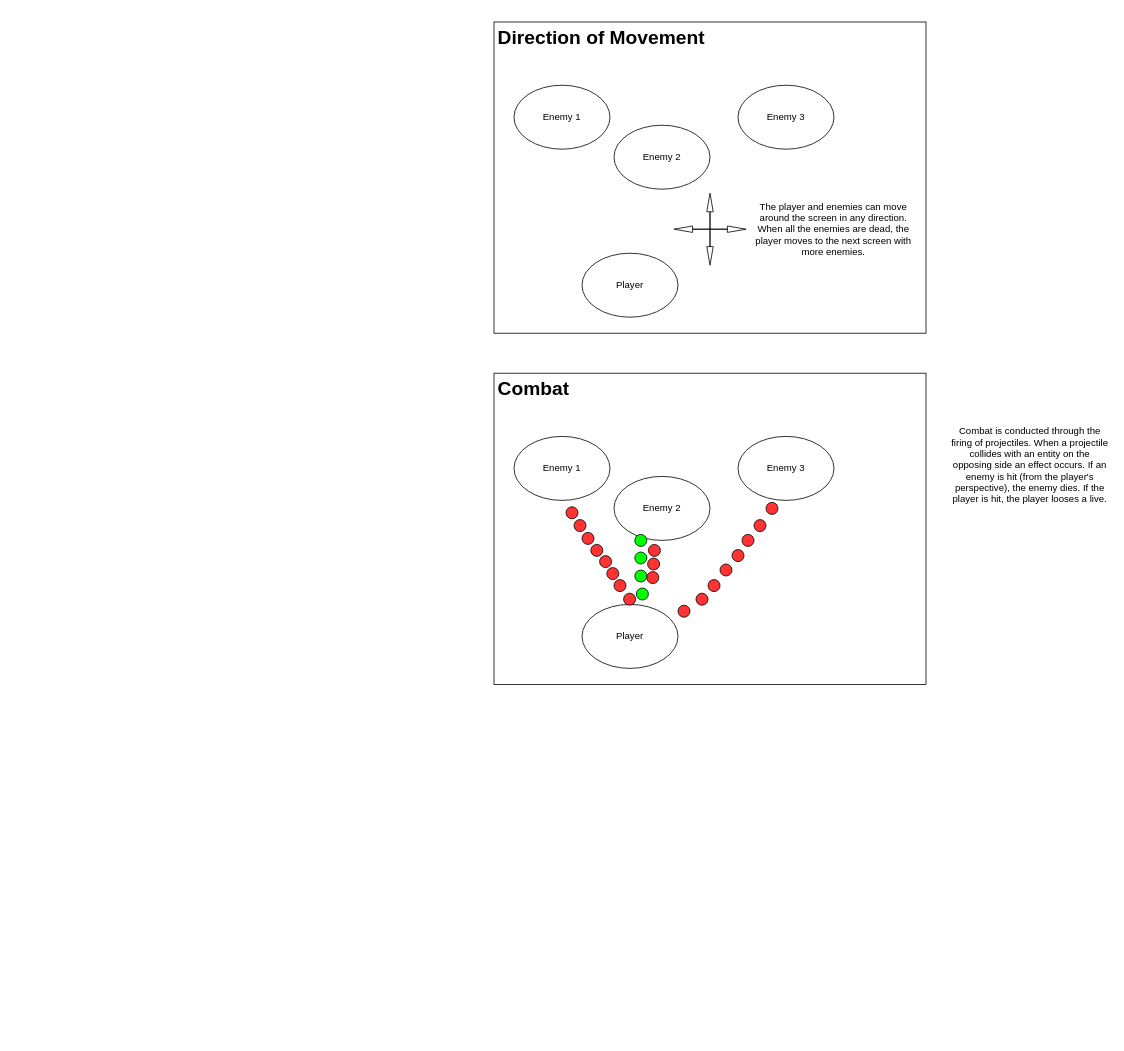
Earlier version of the draw.io diagram resources/Design.drawio (WCollier/SCC210). Source tidied: cells renumbered, new cells numbered last; positions are measured from the earlier drawing's top-left corner, leaving out a move shared by most shapes. Both pictures are drawn from the tidied source at 80%, with x=0, y=0 at pixel (494, 22).
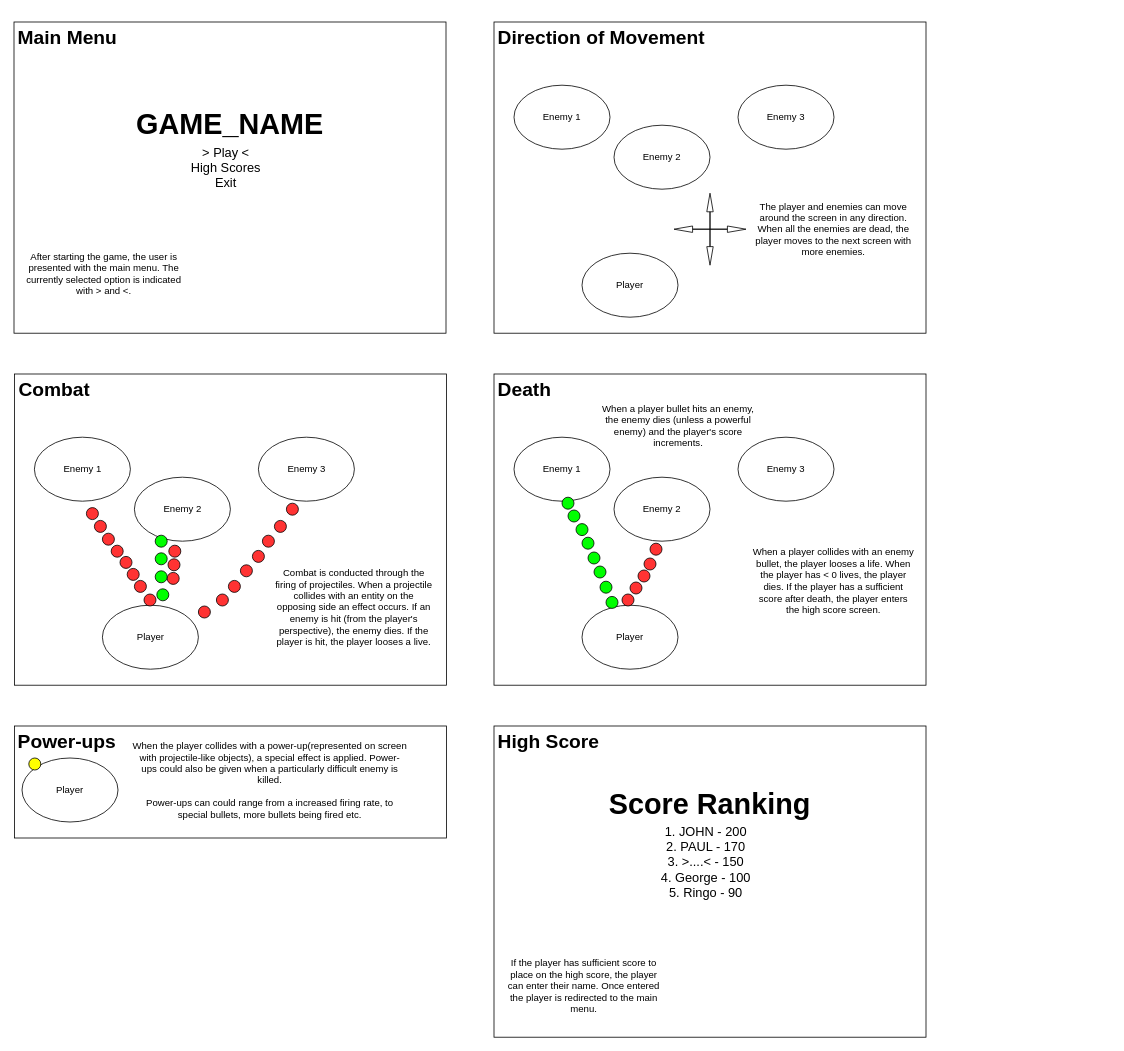
Above is the later version.

Commit message (it also covers changes not shown here):
Move old design file and add new design files

The edit, as a diff of the source:
```diff
@@
+    <mxCell id="41" style="group;" parent="1" vertex="1">
+      <mxGeometry y="440" width="540" height="389" as="geometry" />
+    </mxCell>
+    <mxCell id="42" style="rounded=0;whiteSpace=wrap;html=1;" parent="41" vertex="1">
+      <mxGeometry width="540" height="389" as="geometry" />
+    </mxCell>
+    <mxCell id="43" value="Player" style="ellipse;whiteSpace=wrap;html=1;" parent="41" vertex="1">
+      <mxGeometry x="110" y="289" width="120" height="80" as="geometry" />
+    </mxCell>
+    <mxCell id="44" value="Enemy 1" style="ellipse;whiteSpace=wrap;html=1;" parent="41" vertex="1">
+      <mxGeometry x="25" y="79" width="120" height="80" as="geometry" />
+    </mxCell>
+    <mxCell id="45" value="Enemy 2" style="ellipse;whiteSpace=wrap;html=1;" parent="41" vertex="1">
+      <mxGeometry x="150" y="129" width="120" height="80" as="geometry" />
+    </mxCell>
+    <mxCell id="46" value="Enemy 3" style="ellipse;whiteSpace=wrap;html=1;" parent="41" vertex="1">
+      <mxGeometry x="305" y="79" width="120" height="80" as="geometry" />
+    </mxCell>
+    <mxCell id="47" value="When a player collides with an enemy bullet, the player looses a life. When the player has &amp;lt; 0 lives, the player dies. If the player has a sufficient score after death, the player enters the high score screen." style="text;html=1;strokeColor=none;fillColor=none;align=center;verticalAlign=middle;whiteSpace=wrap;rounded=0;" parent="41" vertex="1">
+      <mxGeometry x="322" y="214" width="205" height="90" as="geometry" />
+    </mxCell>
+    <mxCell id="48" value="&lt;h1&gt;Death&lt;/h1&gt;" style="text;html=1;strokeColor=none;fillColor=none;spacing=5;spacingTop=-20;whiteSpace=wrap;overflow=hidden;rounded=0;" parent="41" vertex="1">
+      <mxGeometry width="290" height="40" as="geometry" />
+    </mxCell>
+    <mxCell id="49" style="ellipse;whiteSpace=wrap;html=1;fillColor=#FF3333;" parent="41" vertex="1">
+      <mxGeometry x="195" y="211.5" width="15" height="15" as="geometry" />
+    </mxCell>
+    <mxCell id="50" style="ellipse;whiteSpace=wrap;html=1;fillColor=#FF3333;" parent="41" vertex="1">
+      <mxGeometry x="187.5" y="230" width="15" height="15" as="geometry" />
+    </mxCell>
+    <mxCell id="51" style="ellipse;whiteSpace=wrap;html=1;fillColor=#FF3333;" parent="41" vertex="1">
+      <mxGeometry x="180" y="245" width="15" height="15" as="geometry" />
+    </mxCell>
+    <mxCell id="52" style="ellipse;whiteSpace=wrap;html=1;fillColor=#FF3333;" parent="41" vertex="1">
+      <mxGeometry x="170" y="260" width="15" height="15" as="geometry" />
+    </mxCell>
+    <mxCell id="53" style="ellipse;whiteSpace=wrap;html=1;fillColor=#FF3333;" parent="41" vertex="1">
+      <mxGeometry x="160" y="275" width="15" height="15" as="geometry" />
+    </mxCell>
+    <mxCell id="54" style="ellipse;whiteSpace=wrap;html=1;fillColor=#00FF00;" parent="41" vertex="1">
+      <mxGeometry x="85" y="154" width="15" height="15" as="geometry" />
+    </mxCell>
+    <mxCell id="55" style="ellipse;whiteSpace=wrap;html=1;fillColor=#00FF00;" parent="41" vertex="1">
+      <mxGeometry x="92.5" y="170" width="15" height="15" as="geometry" />
+    </mxCell>
+    <mxCell id="56" style="ellipse;whiteSpace=wrap;html=1;fillColor=#00FF00;" parent="41" vertex="1">
+      <mxGeometry x="102.5" y="187" width="15" height="15" as="geometry" />
+    </mxCell>
+    <mxCell id="57" style="ellipse;whiteSpace=wrap;html=1;fillColor=#00FF00;" parent="41" vertex="1">
+      <mxGeometry x="110" y="204" width="15" height="15" as="geometry" />
+    </mxCell>
+    <mxCell id="58" style="ellipse;whiteSpace=wrap;html=1;fillColor=#00FF00;" parent="41" vertex="1">
+      <mxGeometry x="117.5" y="222.5" width="15" height="15" as="geometry" />
+    </mxCell>
+    <mxCell id="59" style="ellipse;whiteSpace=wrap;html=1;fillColor=#00FF00;" parent="41" vertex="1">
+      <mxGeometry x="125" y="240" width="15" height="15" as="geometry" />
+    </mxCell>
+    <mxCell id="60" style="ellipse;whiteSpace=wrap;html=1;fillColor=#00FF00;" parent="41" vertex="1">
+      <mxGeometry x="132.5" y="259" width="15" height="15" as="geometry" />
+    </mxCell>
+    <mxCell id="61" style="ellipse;whiteSpace=wrap;html=1;fillColor=#00FF00;" parent="41" vertex="1">
+      <mxGeometry x="140" y="278" width="15" height="15" as="geometry" />
+    </mxCell>
+    <mxCell id="62" value="When a player bullet hits an enemy, the enemy dies (unless a powerful enemy) and the player's score increments. " style="text;html=1;strokeColor=none;fillColor=none;align=center;verticalAlign=middle;whiteSpace=wrap;rounded=0;" parent="41" vertex="1">
+      <mxGeometry x="127.5" y="19.5" width="205" height="90" as="geometry" />
+    </mxCell>
+    <mxCell id="63" style="group;" parent="1" vertex="1">
+      <mxGeometry x="-600" width="540" height="389" as="geometry" />
+    </mxCell>
+    <mxCell id="64" style="group;" parent="63" vertex="1">
+      <mxGeometry width="540" height="389" as="geometry" />
+    </mxCell>
+    <mxCell id="65" style="rounded=0;whiteSpace=wrap;html=1;" parent="64" vertex="1">
+      <mxGeometry width="540" height="389" as="geometry" />
+    </mxCell>
+    <mxCell id="66" value="&lt;h1&gt;Main Menu&lt;br&gt;&lt;/h1&gt;" style="text;html=1;strokeColor=none;fillColor=none;spacing=5;spacingTop=-20;whiteSpace=wrap;overflow=hidden;rounded=0;" parent="64" vertex="1">
+      <mxGeometry width="290" height="40" as="geometry" />
+    </mxCell>
+    <mxCell id="67" value="&lt;h1 align=&quot;center&quot;&gt;&lt;font style=&quot;font-size: 36px&quot;&gt;GAME_NAME&lt;br&gt;&lt;/font&gt;&lt;/h1&gt;" style="text;html=1;strokeColor=none;fillColor=none;spacing=5;spacingTop=-20;whiteSpace=wrap;overflow=hidden;rounded=0;align=center;" parent="64" vertex="1">
+      <mxGeometry y="100" width="540" height="60" as="geometry" />
+    </mxCell>
+    <mxCell id="68" value="&lt;br&gt;&lt;div&gt;&lt;font size=&quot;3&quot;&gt;&amp;gt; Play &amp;lt;&lt;/font&gt;&lt;/div&gt;&lt;div&gt;&lt;font size=&quot;3&quot;&gt;High Scores&lt;/font&gt;&lt;/div&gt;&lt;div&gt;&lt;font size=&quot;3&quot;&gt;Exit&lt;br&gt;&lt;/font&gt;&lt;/div&gt;" style="text;html=1;strokeColor=none;fillColor=none;align=center;verticalAlign=middle;whiteSpace=wrap;rounded=0;" parent="64" vertex="1">
+      <mxGeometry x="140" y="165" width="250" height="20" as="geometry" />
+    </mxCell>
+    <mxCell id="69" value="After starting the game, the user is presented with the main menu. The currently selected option is indicated with &amp;gt; and &amp;lt;. " style="text;html=1;strokeColor=none;fillColor=none;align=center;verticalAlign=middle;whiteSpace=wrap;rounded=0;" parent="64" vertex="1">
+      <mxGeometry x="10" y="270" width="205" height="90" as="geometry" />
+    </mxCell>
+    <mxCell id="70" style="group;" parent="1" vertex="1">
+      <mxGeometry y="880" width="540" height="389" as="geometry" />
+    </mxCell>
+    <mxCell id="71" style="group;" parent="70" vertex="1">
+      <mxGeometry width="540" height="389" as="geometry" />
+    </mxCell>
+    <mxCell id="72" style="rounded=0;whiteSpace=wrap;html=1;" parent="71" vertex="1">
+      <mxGeometry width="540" height="389" as="geometry" />
+    </mxCell>
+    <mxCell id="73" value="&lt;h1&gt;High Score&lt;br&gt;&lt;/h1&gt;" style="text;html=1;strokeColor=none;fillColor=none;spacing=5;spacingTop=-20;whiteSpace=wrap;overflow=hidden;rounded=0;" parent="71" vertex="1">
+      <mxGeometry width="290" height="40" as="geometry" />
+    </mxCell>
+    <mxCell id="74" value="&lt;h1 align=&quot;center&quot;&gt;&lt;font style=&quot;font-size: 36px&quot;&gt;Score Ranking&lt;br&gt;&lt;/font&gt;&lt;/h1&gt;" style="text;html=1;strokeColor=none;fillColor=none;spacing=5;spacingTop=-20;whiteSpace=wrap;overflow=hidden;rounded=0;align=center;" parent="71" vertex="1">
+      <mxGeometry y="70" width="540" height="60" as="geometry" />
+    </mxCell>
+    <mxCell id="75" value="&lt;div&gt;&lt;font size=&quot;3&quot;&gt;1. JOHN - 200&lt;/font&gt;&lt;/div&gt;&lt;div&gt;&lt;font size=&quot;3&quot;&gt;2. PAUL - 170&lt;br&gt;&lt;/font&gt;&lt;/div&gt;&lt;div&gt;&lt;font size=&quot;3&quot;&gt;3. &amp;gt;....&amp;lt; - 150&lt;/font&gt;&lt;/div&gt;&lt;div&gt;&lt;font size=&quot;3&quot;&gt;4. George - 100&lt;/font&gt;&lt;/div&gt;&lt;div&gt;&lt;font size=&quot;3&quot;&gt;5. Ringo - 90&lt;br&gt;&lt;/font&gt;&lt;/div&gt;" style="text;html=1;strokeColor=none;fillColor=none;align=center;verticalAlign=middle;whiteSpace=wrap;rounded=0;" parent="71" vertex="1">
+      <mxGeometry x="140" y="160" width="250" height="20" as="geometry" />
+    </mxCell>
+    <mxCell id="76" value="If the player has sufficient score to place on the high score, the player can enter their name. Once entered the player is redirected to the main menu." style="text;html=1;strokeColor=none;fillColor=none;align=center;verticalAlign=middle;whiteSpace=wrap;rounded=0;" parent="71" vertex="1">
+      <mxGeometry x="10" y="280" width="205" height="90" as="geometry" />
+    </mxCell>
+    <mxCell id="77" style="group;" parent="1" vertex="1">
+      <mxGeometry x="-599.5" y="440" width="540" height="389" as="geometry" />
+    </mxCell>
-    <mxCell id="11" style="rounded=0;whiteSpace=wrap;html=1;" parent="1" vertex="1">
-      <mxGeometry y="439" width="540" height="389" as="geometry" />
+    <mxCell id="11" style="rounded=0;whiteSpace=wrap;html=1;" parent="77" vertex="1">
+      <mxGeometry width="540" height="389" as="geometry" />
     </mxCell>
-    <mxCell id="12" value="Player" style="ellipse;whiteSpace=wrap;html=1;" parent="1" vertex="1">
-      <mxGeometry x="110" y="728" width="120" height="80" as="geometry" />
+    <mxCell id="12" value="Player" style="ellipse;whiteSpace=wrap;html=1;" parent="77" vertex="1">
+      <mxGeometry x="110" y="289" width="120" height="80" as="geometry" />
     </mxCell>
-    <mxCell id="13" value="Enemy 1" style="ellipse;whiteSpace=wrap;html=1;" parent="1" vertex="1">
-      <mxGeometry x="25" y="518" width="120" height="80" as="geometry" />
+    <mxCell id="13" value="Enemy 1" style="ellipse;whiteSpace=wrap;html=1;" parent="77" vertex="1">
+      <mxGeometry x="25" y="79" width="120" height="80" as="geometry" />
     </mxCell>
-    <mxCell id="14" value="Enemy 2" style="ellipse;whiteSpace=wrap;html=1;" parent="1" vertex="1">
-      <mxGeometry x="150" y="568" width="120" height="80" as="geometry" />
+    <mxCell id="14" value="Enemy 2" style="ellipse;whiteSpace=wrap;html=1;" parent="77" vertex="1">
+      <mxGeometry x="150" y="129" width="120" height="80" as="geometry" />
     </mxCell>
-    <mxCell id="15" value="Enemy 3" style="ellipse;whiteSpace=wrap;html=1;" parent="1" vertex="1">
-      <mxGeometry x="305" y="518" width="120" height="80" as="geometry" />
+    <mxCell id="15" value="Enemy 3" style="ellipse;whiteSpace=wrap;html=1;" parent="77" vertex="1">
+      <mxGeometry x="305" y="79" width="120" height="80" as="geometry" />
     </mxCell>
-    <mxCell id="16" value="&lt;h1&gt;Combat&lt;/h1&gt;" style="text;html=1;strokeColor=none;fillColor=none;spacing=5;spacingTop=-20;whiteSpace=wrap;overflow=hidden;rounded=0;" parent="1" vertex="1">
-      <mxGeometry y="439" width="290" height="40" as="geometry" />
+    <mxCell id="16" value="&lt;h1&gt;Combat&lt;/h1&gt;" style="text;html=1;strokeColor=none;fillColor=none;spacing=5;spacingTop=-20;whiteSpace=wrap;overflow=hidden;rounded=0;" parent="77" vertex="1">
+      <mxGeometry width="290" height="40" as="geometry" />
     </mxCell>
-    <mxCell id="17" style="ellipse;whiteSpace=wrap;html=1;fillColor=#FF3333;" parent="1" vertex="1">
-      <mxGeometry x="90" y="606" width="15" height="15" as="geometry" />
+    <mxCell id="17" style="ellipse;whiteSpace=wrap;html=1;fillColor=#FF3333;" parent="77" vertex="1">
+      <mxGeometry x="90" y="167" width="15" height="15" as="geometry" />
     </mxCell>
-    <mxCell id="18" style="ellipse;whiteSpace=wrap;html=1;fillColor=#FF3333;" parent="1" vertex="1">
-      <mxGeometry x="100" y="622" width="15" height="15" as="geometry" />
+    <mxCell id="18" style="ellipse;whiteSpace=wrap;html=1;fillColor=#FF3333;" parent="77" vertex="1">
+      <mxGeometry x="100" y="183" width="15" height="15" as="geometry" />
     </mxCell>
-    <mxCell id="19" style="ellipse;whiteSpace=wrap;html=1;fillColor=#FF3333;" parent="1" vertex="1">
-      <mxGeometry x="110" y="638" width="15" height="15" as="geometry" />
+    <mxCell id="19" style="ellipse;whiteSpace=wrap;html=1;fillColor=#FF3333;" parent="77" vertex="1">
+      <mxGeometry x="110" y="199" width="15" height="15" as="geometry" />
     </mxCell>
-    <mxCell id="20" style="ellipse;whiteSpace=wrap;html=1;fillColor=#FF3333;" parent="1" vertex="1">
-      <mxGeometry x="121" y="653" width="15" height="15" as="geometry" />
+    <mxCell id="20" style="ellipse;whiteSpace=wrap;html=1;fillColor=#FF3333;" parent="77" vertex="1">
+      <mxGeometry x="121" y="214" width="15" height="15" as="geometry" />
     </mxCell>
-    <mxCell id="21" style="ellipse;whiteSpace=wrap;html=1;fillColor=#FF3333;" parent="1" vertex="1">
-      <mxGeometry x="132" y="667" width="15" height="15" as="geometry" />
+    <mxCell id="21" style="ellipse;whiteSpace=wrap;html=1;fillColor=#FF3333;" parent="77" vertex="1">
+      <mxGeometry x="132" y="228" width="15" height="15" as="geometry" />
     </mxCell>
-    <mxCell id="22" style="ellipse;whiteSpace=wrap;html=1;fillColor=#FF3333;" parent="1" vertex="1">
-      <mxGeometry x="141" y="682" width="15" height="15" as="geometry" />
+    <mxCell id="22" style="ellipse;whiteSpace=wrap;html=1;fillColor=#FF3333;" parent="77" vertex="1">
+      <mxGeometry x="141" y="243" width="15" height="15" as="geometry" />
     </mxCell>
-    <mxCell id="23" style="ellipse;whiteSpace=wrap;html=1;fillColor=#FF3333;" parent="1" vertex="1">
-      <mxGeometry x="150" y="697" width="15" height="15" as="geometry" />
+    <mxCell id="23" style="ellipse;whiteSpace=wrap;html=1;fillColor=#FF3333;" parent="77" vertex="1">
+      <mxGeometry x="150" y="258" width="15" height="15" as="geometry" />
     </mxCell>
-    <mxCell id="24" style="ellipse;whiteSpace=wrap;html=1;fillColor=#FF3333;" parent="1" vertex="1">
-      <mxGeometry x="162" y="714" width="15" height="15" as="geometry" />
+    <mxCell id="24" style="ellipse;whiteSpace=wrap;html=1;fillColor=#FF3333;" parent="77" vertex="1">
+      <mxGeometry x="162" y="275" width="15" height="15" as="geometry" />
     </mxCell>
-    <mxCell id="25" style="ellipse;whiteSpace=wrap;html=1;fillColor=#FF3333;" parent="1" vertex="1">
-      <mxGeometry x="193" y="653" width="15" height="15" as="geometry" />
+    <mxCell id="25" style="ellipse;whiteSpace=wrap;html=1;fillColor=#FF3333;" parent="77" vertex="1">
+      <mxGeometry x="193" y="214" width="15" height="15" as="geometry" />
     </mxCell>
-    <mxCell id="26" style="ellipse;whiteSpace=wrap;html=1;fillColor=#FF3333;" parent="1" vertex="1">
-      <mxGeometry x="192" y="670" width="15" height="15" as="geometry" />
+    <mxCell id="26" style="ellipse;whiteSpace=wrap;html=1;fillColor=#FF3333;" parent="77" vertex="1">
+      <mxGeometry x="192" y="231" width="15" height="15" as="geometry" />
     </mxCell>
-    <mxCell id="27" style="ellipse;whiteSpace=wrap;html=1;fillColor=#FF3333;" parent="1" vertex="1">
-      <mxGeometry x="191" y="687" width="15" height="15" as="geometry" />
+    <mxCell id="27" style="ellipse;whiteSpace=wrap;html=1;fillColor=#FF3333;" parent="77" vertex="1">
+      <mxGeometry x="191" y="248" width="15" height="15" as="geometry" />
     </mxCell>
-    <mxCell id="28" style="ellipse;whiteSpace=wrap;html=1;fillColor=#FF3333;" parent="1" vertex="1">
-      <mxGeometry x="325" y="622" width="15" height="15" as="geometry" />
+    <mxCell id="28" style="ellipse;whiteSpace=wrap;html=1;fillColor=#FF3333;" parent="77" vertex="1">
+      <mxGeometry x="325" y="183" width="15" height="15" as="geometry" />
     </mxCell>
-    <mxCell id="29" style="ellipse;whiteSpace=wrap;html=1;fillColor=#FF3333;" parent="1" vertex="1">
-      <mxGeometry x="340" y="600.5" width="15" height="15" as="geometry" />
+    <mxCell id="29" style="ellipse;whiteSpace=wrap;html=1;fillColor=#FF3333;" parent="77" vertex="1">
+      <mxGeometry x="340" y="161.5" width="15" height="15" as="geometry" />
     </mxCell>
-    <mxCell id="30" style="ellipse;whiteSpace=wrap;html=1;fillColor=#FF3333;" parent="1" vertex="1">
-      <mxGeometry x="310" y="640.5" width="15" height="15" as="geometry" />
+    <mxCell id="30" style="ellipse;whiteSpace=wrap;html=1;fillColor=#FF3333;" parent="77" vertex="1">
+      <mxGeometry x="310" y="201.5" width="15" height="15" as="geometry" />
     </mxCell>
-    <mxCell id="31" style="ellipse;whiteSpace=wrap;html=1;fillColor=#FF3333;" parent="1" vertex="1">
-      <mxGeometry x="297.5" y="659.5" width="15" height="15" as="geometry" />
+    <mxCell id="31" style="ellipse;whiteSpace=wrap;html=1;fillColor=#FF3333;" parent="77" vertex="1">
+      <mxGeometry x="297.5" y="220.5" width="15" height="15" as="geometry" />
     </mxCell>
-    <mxCell id="32" style="ellipse;whiteSpace=wrap;html=1;fillColor=#FF3333;" parent="1" vertex="1">
-      <mxGeometry x="282.5" y="677.5" width="15" height="15" as="geometry" />
+    <mxCell id="32" style="ellipse;whiteSpace=wrap;html=1;fillColor=#FF3333;" parent="77" vertex="1">
+      <mxGeometry x="282.5" y="238.5" width="15" height="15" as="geometry" />
     </mxCell>
-    <mxCell id="33" style="ellipse;whiteSpace=wrap;html=1;fillColor=#FF3333;" parent="1" vertex="1">
-      <mxGeometry x="267.5" y="697" width="15" height="15" as="geometry" />
+    <mxCell id="33" style="ellipse;whiteSpace=wrap;html=1;fillColor=#FF3333;" parent="77" vertex="1">
+      <mxGeometry x="267.5" y="258" width="15" height="15" as="geometry" />
     </mxCell>
-    <mxCell id="34" style="ellipse;whiteSpace=wrap;html=1;fillColor=#FF3333;" parent="1" vertex="1">
-      <mxGeometry x="252.5" y="714" width="15" height="15" as="geometry" />
+    <mxCell id="34" style="ellipse;whiteSpace=wrap;html=1;fillColor=#FF3333;" parent="77" vertex="1">
+      <mxGeometry x="252.5" y="275" width="15" height="15" as="geometry" />
     </mxCell>
-    <mxCell id="35" style="ellipse;whiteSpace=wrap;html=1;fillColor=#FF3333;" parent="1" vertex="1">
-      <mxGeometry x="230" y="729" width="15" height="15" as="geometry" />
+    <mxCell id="35" style="ellipse;whiteSpace=wrap;html=1;fillColor=#FF3333;" parent="77" vertex="1">
+      <mxGeometry x="230" y="290" width="15" height="15" as="geometry" />
     </mxCell>
-    <mxCell id="36" style="ellipse;whiteSpace=wrap;html=1;fillColor=#00FF00;" parent="1" vertex="1">
-      <mxGeometry x="176" y="662.5" width="15" height="15" as="geometry" />
+    <mxCell id="36" style="ellipse;whiteSpace=wrap;html=1;fillColor=#00FF00;" parent="77" vertex="1">
+      <mxGeometry x="176" y="223.5" width="15" height="15" as="geometry" />
     </mxCell>
-    <mxCell id="37" style="ellipse;whiteSpace=wrap;html=1;fillColor=#00FF00;" parent="1" vertex="1">
-      <mxGeometry x="178" y="707.5" width="15" height="15" as="geometry" />
+    <mxCell id="37" style="ellipse;whiteSpace=wrap;html=1;fillColor=#00FF00;" parent="77" vertex="1">
+      <mxGeometry x="178" y="268.5" width="15" height="15" as="geometry" />
     </mxCell>
-    <mxCell id="38" style="ellipse;whiteSpace=wrap;html=1;fillColor=#00FF00;" parent="1" vertex="1">
-      <mxGeometry x="176" y="685" width="15" height="15" as="geometry" />
+    <mxCell id="38" style="ellipse;whiteSpace=wrap;html=1;fillColor=#00FF00;" parent="77" vertex="1">
+      <mxGeometry x="176" y="246" width="15" height="15" as="geometry" />
     </mxCell>
-    <mxCell id="39" style="ellipse;whiteSpace=wrap;html=1;fillColor=#00FF00;" parent="1" vertex="1">
-      <mxGeometry x="176" y="640.5" width="15" height="15" as="geometry" />
+    <mxCell id="39" style="ellipse;whiteSpace=wrap;html=1;fillColor=#00FF00;" parent="77" vertex="1">
+      <mxGeometry x="176" y="201.5" width="15" height="15" as="geometry" />
     </mxCell>
-    <mxCell id="40" value="Combat is conducted through the firing of projectiles. When a projectile collides with an entity on the opposing side an effect occurs. If an enemy is hit (from the player's perspective), the enemy dies. If the player is hit, the player looses a live." style="text;html=1;strokeColor=none;fillColor=none;align=center;verticalAlign=middle;whiteSpace=wrap;rounded=0;" parent="1" vertex="1">
-      <mxGeometry x="570" y="508" width="200" height="91" as="geometry" />
+    <mxCell id="40" value="Combat is conducted through the firing of projectiles. When a projectile collides with an entity on the opposing side an effect occurs. If an enemy is hit (from the player's perspective), the enemy dies. If the player is hit, the player looses a live." style="text;html=1;strokeColor=none;fillColor=none;align=center;verticalAlign=middle;whiteSpace=wrap;rounded=0;" parent="77" vertex="1">
+      <mxGeometry x="324.5" y="246" width="200" height="91" as="geometry" />
     </mxCell>
+    <mxCell id="78" style="group;" parent="1" vertex="1">
+      <mxGeometry x="-600" y="880" width="540.5" height="140" as="geometry" />
+    </mxCell>
+    <mxCell id="79" style="group;" parent="78" vertex="1">
+      <mxGeometry width="540.5" height="140" as="geometry" />
+    </mxCell>
+    <mxCell id="80" style="rounded=0;whiteSpace=wrap;html=1;" parent="79" vertex="1">
+      <mxGeometry x="0.5" width="540" height="140" as="geometry" />
+    </mxCell>
+    <mxCell id="81" value="Player" style="ellipse;whiteSpace=wrap;html=1;" parent="79" vertex="1">
+      <mxGeometry x="10" y="40" width="120" height="80" as="geometry" />
+    </mxCell>
+    <mxCell id="82" value="&lt;div&gt;When the player collides with a power-up(represented on screen with projectile-like objects), a special effect is applied. Power-ups could also be given when a particularly difficult enemy is killed.&lt;br&gt;&lt;/div&gt;&lt;div&gt;&lt;br&gt;&lt;/div&gt;&lt;div&gt;Power-ups can could range from a increased firing rate, to special bullets, more bullets being fired etc.&lt;br&gt;&lt;/div&gt;" style="text;html=1;strokeColor=none;fillColor=none;align=center;verticalAlign=middle;whiteSpace=wrap;rounded=0;" parent="79" vertex="1">
+      <mxGeometry x="146.5" y="16" width="346" height="104" as="geometry" />
+    </mxCell>
+    <mxCell id="83" value="&lt;h1&gt;Power-ups&lt;br&gt;&lt;/h1&gt;" style="text;html=1;strokeColor=none;fillColor=none;spacing=5;spacingTop=-20;whiteSpace=wrap;overflow=hidden;rounded=0;" parent="79" vertex="1">
+      <mxGeometry width="290" height="40" as="geometry" />
+    </mxCell>
+    <mxCell id="84" style="ellipse;whiteSpace=wrap;html=1;fillColor=#FFFF00;" parent="79" vertex="1">
+      <mxGeometry x="18.5" y="40" width="15" height="15" as="geometry" />
+    </mxCell>
```
